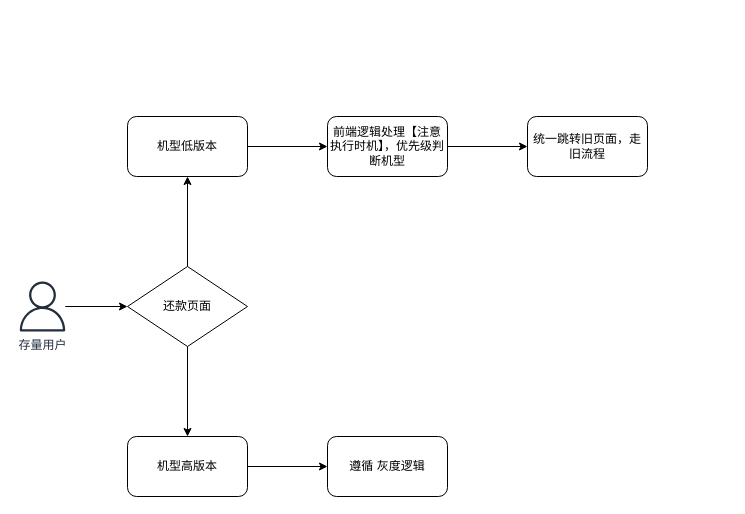
hjyue1/blog keeps this draw.io diagram as 还款页低版本问题.drawio. Above is the earlier version. Source tidied: cells renumbered, new cells numbered last; positions are measured from the earlier drawing's top-left corner, leaving out a move shared by most shapes. Both pictures are drawn from the tidied source at 100%, with x=0, y=0 at pixel (17, 116).
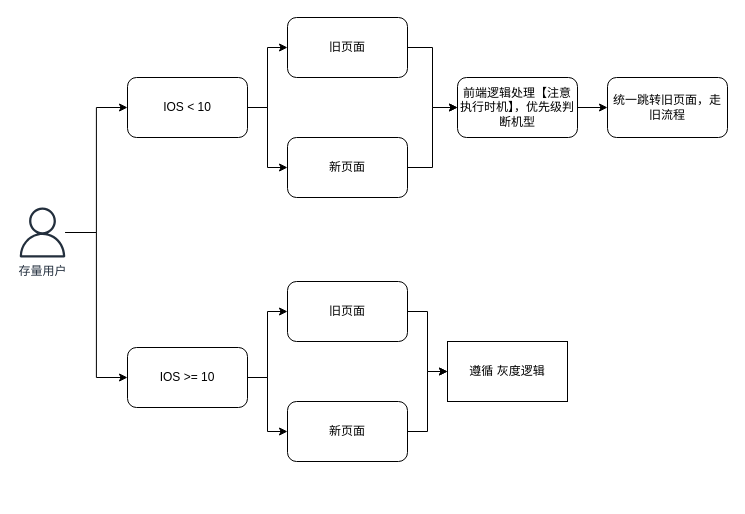
Above is the later version.

Commit message (it also covers changes not shown here):
更新还款页低版本问题.drawio

What changed in the source:
```diff
@@
-    <mxCell id="2" style="edgeStyle=orthogonalEdgeStyle;rounded=0;jettySize=auto;html=1;" parent="1" edge="1" source="3" target="6">
+    <mxCell id="2" style="edgeStyle=orthogonalEdgeStyle;rounded=0;jettySize=auto;html=1;entryX=0;entryY=0.5;entryDx=0;entryDy=0;" parent="1" edge="1" source="3" target="8">
       <mxGeometry relative="1" as="geometry" />
     </mxCell>
+    <mxCell id="15" style="edgeStyle=orthogonalEdgeStyle;rounded=0;jettySize=auto;html=1;entryX=0;entryY=0.5;entryDx=0;entryDy=0;" parent="1" edge="1" source="3" target="10">
+      <mxGeometry relative="1" as="geometry" />
+    </mxCell>
     <mxCell id="3" value="存量用户" style="sketch=0;outlineConnect=0;fontColor=#232F3E;gradientColor=none;fillColor=#232F3D;strokeColor=none;dashed=0;verticalLabelPosition=bottom;verticalAlign=top;align=center;html=1;fontSize=12;fontStyle=0;shape=mxgraph.aws4.user;" parent="1" vertex="1">
-      <mxGeometry y="165" width="50" height="50" as="geometry" />
+      <mxGeometry y="91" width="50" height="50" as="geometry" />
     </mxCell>
-    <mxCell id="4" style="edgeStyle=orthogonalEdgeStyle;rounded=0;jettySize=auto;html=1;" parent="1" edge="1" source="6" target="8">
-      <mxGeometry relative="1" as="geometry" />
-    </mxCell>
-    <mxCell id="5" style="edgeStyle=orthogonalEdgeStyle;rounded=0;jettySize=auto;html=1;" parent="1" edge="1" source="6" target="10">
-      <mxGeometry relative="1" as="geometry" />
-    </mxCell>
-    <mxCell id="6" value="还款页面" style="rhombus;whiteSpace=wrap;html=1;" parent="1" vertex="1">
-      <mxGeometry x="110" y="150" width="120" height="80" as="geometry" />
-    </mxCell>
-    <mxCell id="7" style="edgeStyle=orthogonalEdgeStyle;rounded=0;jettySize=auto;html=1;" parent="1" edge="1" source="8" target="12">
-      <mxGeometry relative="1" as="geometry" />
-    </mxCell>
+    <mxCell id="16" style="edgeStyle=orthogonalEdgeStyle;rounded=0;jettySize=auto;html=1;entryX=0;entryY=0.5;entryDx=0;entryDy=0;" parent="1" edge="1" source="8" target="21">
+      <mxGeometry relative="1" as="geometry" />
+    </mxCell>
+    <mxCell id="17" style="edgeStyle=orthogonalEdgeStyle;rounded=0;jettySize=auto;html=1;entryX=0;entryY=0.5;entryDx=0;entryDy=0;" parent="1" edge="1" source="8" target="23">
+      <mxGeometry relative="1" as="geometry" />
+    </mxCell>
-    <mxCell id="8" value="机型低版本" style="rounded=1;whiteSpace=wrap;html=1;" parent="1" vertex="1">
-      <mxGeometry x="110" width="120" height="60" as="geometry" />
+    <mxCell id="8" value="IOS &amp;lt; 10" style="rounded=1;whiteSpace=wrap;html=1;" parent="1" vertex="1">
+      <mxGeometry x="110" y="-39" width="120" height="60" as="geometry" />
     </mxCell>
-    <mxCell id="9" style="edgeStyle=orthogonalEdgeStyle;rounded=0;jettySize=auto;html=1;" parent="1" edge="1" source="10" target="14">
-      <mxGeometry relative="1" as="geometry" />
-    </mxCell>
+    <mxCell id="18" style="edgeStyle=orthogonalEdgeStyle;rounded=0;jettySize=auto;html=1;entryX=0;entryY=0.5;entryDx=0;entryDy=0;" parent="1" edge="1" source="10" target="25">
+      <mxGeometry relative="1" as="geometry" />
+    </mxCell>
+    <mxCell id="19" style="edgeStyle=orthogonalEdgeStyle;rounded=0;jettySize=auto;html=1;entryX=0;entryY=0.5;entryDx=0;entryDy=0;" parent="1" edge="1" source="10" target="27">
+      <mxGeometry relative="1" as="geometry" />
+    </mxCell>
-    <mxCell id="10" value="机型高版本" style="rounded=1;whiteSpace=wrap;html=1;" parent="1" vertex="1">
-      <mxGeometry x="110" y="320" width="120" height="60" as="geometry" />
+    <mxCell id="10" value="IOS &amp;gt;= 10" style="rounded=1;whiteSpace=wrap;html=1;" parent="1" vertex="1">
+      <mxGeometry x="110" y="231" width="120" height="60" as="geometry" />
     </mxCell>
@@
     <mxCell id="12" value="前端逻辑处理【注意执行时机】，优先级判断机型" style="rounded=1;whiteSpace=wrap;html=1;" parent="1" vertex="1">
-      <mxGeometry x="310" width="120" height="60" as="geometry" />
+      <mxGeometry x="440" y="-39" width="120" height="60" as="geometry" />
     </mxCell>
     <mxCell id="13" value="统一跳转旧页面，走旧流程" style="rounded=1;whiteSpace=wrap;html=1;" parent="1" vertex="1">
-      <mxGeometry x="510" width="120" height="60" as="geometry" />
+      <mxGeometry x="590" y="-39" width="120" height="60" as="geometry" />
     </mxCell>
-    <mxCell id="14" value="遵循 灰度逻辑" style="rounded=1;whiteSpace=wrap;html=1;" parent="1" vertex="1">
-      <mxGeometry x="310" y="320" width="120" height="60" as="geometry" />
+    <mxCell id="14" value="遵循 灰度逻辑" style="rounded=1;whiteSpace=wrap;html=1;arcSize=0;" parent="1" vertex="1">
+      <mxGeometry x="430" y="225" width="120" height="60" as="geometry" />
     </mxCell>
+    <mxCell id="20" style="edgeStyle=orthogonalEdgeStyle;rounded=0;jettySize=auto;html=1;" parent="1" edge="1" source="21" target="12">
+      <mxGeometry relative="1" as="geometry" />
+    </mxCell>
+    <mxCell id="21" value="旧页面" style="rounded=1;whiteSpace=wrap;html=1;" parent="1" vertex="1">
+      <mxGeometry x="270" y="-99" width="120" height="60" as="geometry" />
+    </mxCell>
+    <mxCell id="22" style="edgeStyle=orthogonalEdgeStyle;rounded=0;jettySize=auto;html=1;entryX=0;entryY=0.5;entryDx=0;entryDy=0;" parent="1" edge="1" source="23" target="12">
+      <mxGeometry relative="1" as="geometry" />
+    </mxCell>
+    <mxCell id="23" value="新页面" style="rounded=1;whiteSpace=wrap;html=1;" parent="1" vertex="1">
+      <mxGeometry x="270" y="21" width="120" height="60" as="geometry" />
+    </mxCell>
+    <mxCell id="24" style="edgeStyle=orthogonalEdgeStyle;rounded=0;jettySize=auto;html=1;entryX=0;entryY=0.5;entryDx=0;entryDy=0;" parent="1" edge="1" source="25" target="14">
+      <mxGeometry relative="1" as="geometry" />
+    </mxCell>
+    <mxCell id="25" value="旧页面" style="rounded=1;whiteSpace=wrap;html=1;" parent="1" vertex="1">
+      <mxGeometry x="270" y="165" width="120" height="60" as="geometry" />
+    </mxCell>
+    <mxCell id="26" style="edgeStyle=orthogonalEdgeStyle;rounded=0;jettySize=auto;html=1;entryX=0;entryY=0.5;entryDx=0;entryDy=0;" parent="1" edge="1" source="27" target="14">
+      <mxGeometry relative="1" as="geometry" />
+    </mxCell>
+    <mxCell id="27" value="新页面" style="rounded=1;whiteSpace=wrap;html=1;" parent="1" vertex="1">
+      <mxGeometry x="270" y="285" width="120" height="60" as="geometry" />
+    </mxCell>
```
